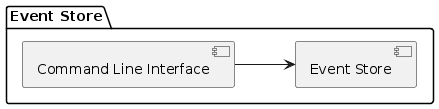
Before: docs/components.png, a diagram exported from PlantUML (david-oc-miller/event-sourcing-demo). The source it was exported from:
```plantuml
@startuml

left to right direction

package "Event Store" {
  [Event Store] as ES
  [Command Line Interface] as CLI
}

CLI --> ES

@enduml
```
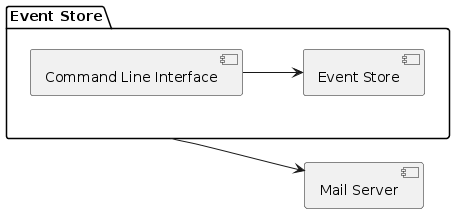
The same file after the commit.

Commit message:
Document the mail server's role in the architecture.

Diff of the diagram source:
```diff
@@ -7,6 +7,10 @@
   [Command Line Interface] as CLI
 }
 
+[Mail Server] as MS
+
 CLI --> ES
 
+"Event Store" --> MS
+
 @enduml
```
